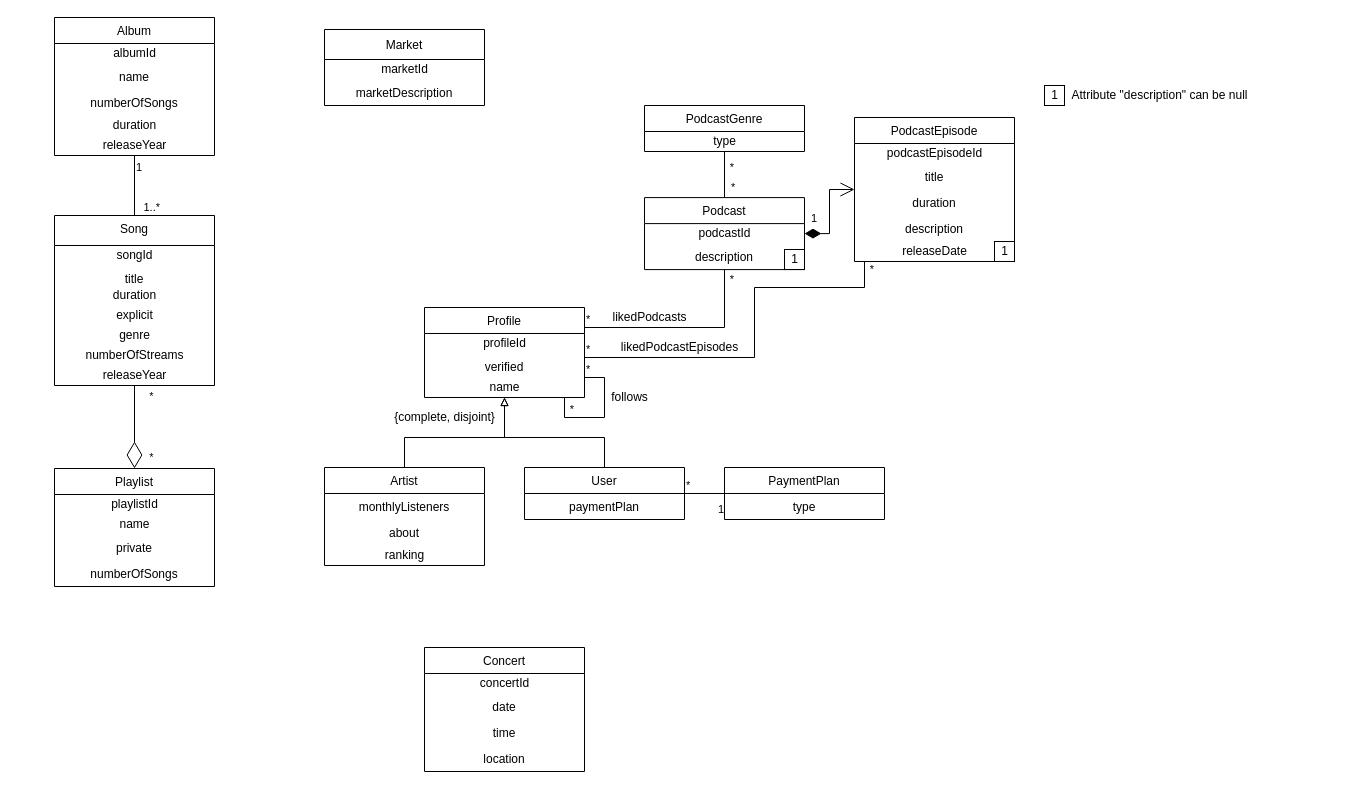
Naapperas/feup-bd keeps this draw.io diagram as page "Page-2" (2 of 2) of Spotify-class-diag.drawio. Above is the earlier version. Source tidied: cells renumbered, new cells numbered last; positions are measured from the earlier drawing's top-left corner, leaving out a move shared by most shapes. Both pictures are drawn from the tidied source at 100%, with x=0, y=0 at pixel (54, 17).
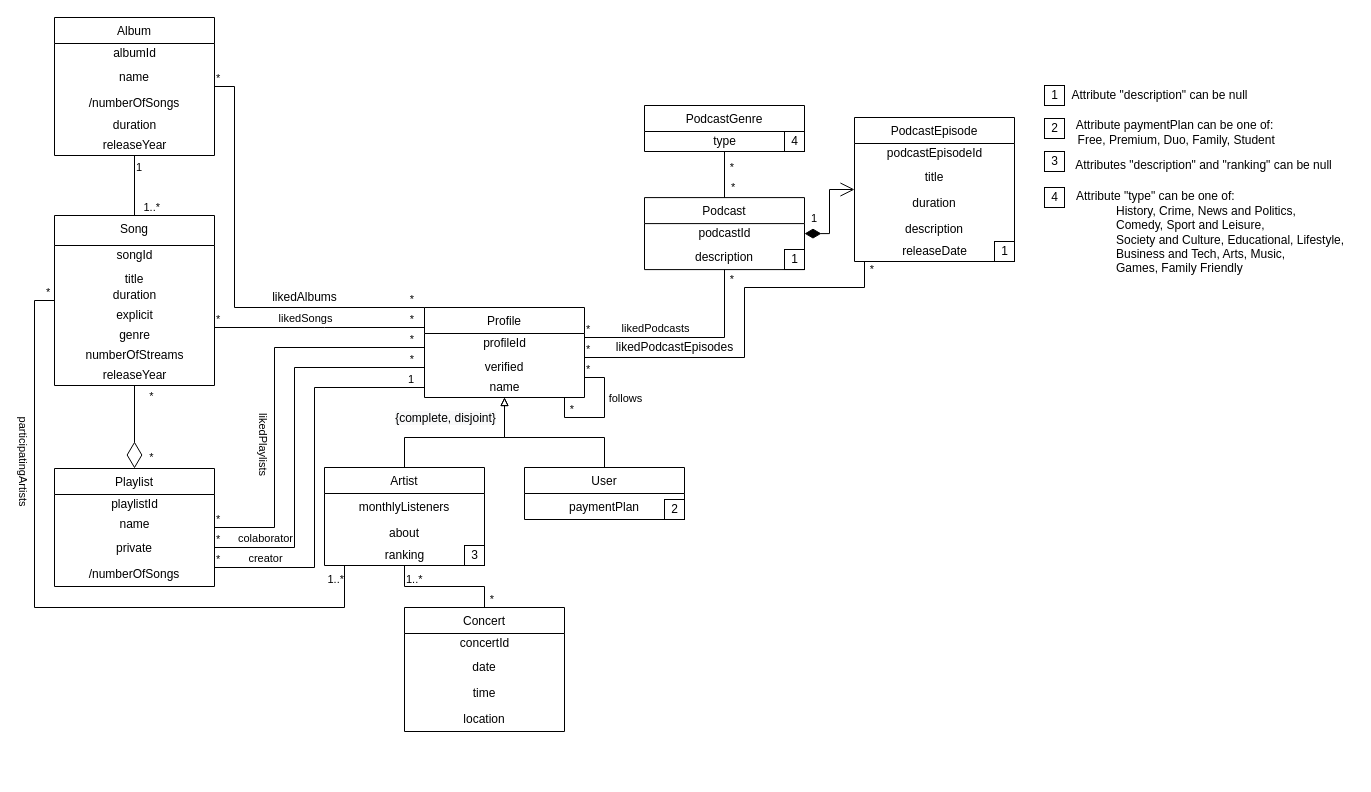
Above is the later version.

Commit message:
Added new UML graph

The change refers to these unchanged cells:
```xml
<mxCell id="2" value="Song" style="swimlane;fontStyle=0;align=center;verticalAlign=top;horizontal=1;startSize=30;rounded=0;shadow=0;strokeWidth=1;" parent="1" vertex="1">
  <mxGeometry y="198" width="160" height="170" as="geometry" />
</mxCell>
<mxCell id="13" value="Album" style="swimlane;fontStyle=0;horizontal=1;startSize=26;fillColor=none;align=center;" parent="1" vertex="1">
  <mxGeometry width="160" height="138" as="geometry" />
</mxCell>
<mxCell id="19" value="Profile" style="swimlane;fontStyle=0;horizontal=1;startSize=26;fillColor=none;align=center;" parent="1" vertex="1">
  <mxGeometry x="370" y="290" width="160" height="90" as="geometry" />
</mxCell>
<mxCell id="24" value="Artist" style="swimlane;fontStyle=0;horizontal=1;startSize=26;fillColor=none;align=center;" parent="1" vertex="1">
  <mxGeometry x="270" y="450" width="160" height="98" as="geometry" />
</mxCell>
<mxCell id="29" value="User" style="swimlane;fontStyle=0;horizontal=1;startSize=26;fillColor=none;align=center;" parent="1" vertex="1">
  <mxGeometry x="470" y="450" width="160" height="52" as="geometry" />
</mxCell>
<mxCell id="36" value="Playlist" style="swimlane;fontStyle=0;horizontal=1;startSize=26;fillColor=none;align=center;" parent="1" vertex="1">
  <mxGeometry y="451" width="160" height="118" as="geometry" />
</mxCell>
<mxCell id="41" value="Podcast" style="swimlane;fontStyle=0;horizontal=1;startSize=26;fillColor=none;align=center;" parent="1" vertex="1">
  <mxGeometry x="590" y="180.1" width="160" height="72" as="geometry" />
</mxCell>
<mxCell id="48" value="PodcastEpisode" style="swimlane;fontStyle=0;horizontal=1;startSize=26;fillColor=none;align=center;" parent="1" vertex="1">
  <mxGeometry x="800" y="100" width="160" height="144" as="geometry" />
</mxCell>
<mxCell id="80" style="endArrow=none;html=1;edgeStyle=orthogonalEdgeStyle;rounded=0;" parent="1" edge="1" source="19" target="19">
  <mxGeometry relative="1" as="geometry">
    <Array as="points">
      <mxPoint x="510" y="400" />
      <mxPoint x="550" y="400" />
      <mxPoint x="550" y="360" />
    </Array>
  </mxGeometry>
</mxCell>
```

What changed in the source:
```diff
@@
-    <mxCell id="10" value="Market" style="swimlane;fontStyle=0;horizontal=1;startSize=30;fillColor=none;align=center;" parent="1" vertex="1">
-      <mxGeometry x="270" y="12" width="160" height="76" as="geometry" />
-    </mxCell>
-    <mxCell id="11" value="marketId" style="text;html=1;align=center;verticalAlign=middle;strokeColor=none;fillColor=none;" parent="10" vertex="1">
-      <mxGeometry y="30" width="160" height="20" as="geometry" />
-    </mxCell>
-    <mxCell id="12" value="marketDescription" style="text;strokeColor=none;fillColor=none;align=center;verticalAlign=top;spacingLeft=4;spacingRight=4;overflow=hidden;" parent="10" vertex="1">
-      <mxGeometry y="50" width="160" height="26" as="geometry" />
-    </mxCell>
@@
-    <mxCell id="16" value="numberOfSongs" style="text;strokeColor=none;fillColor=none;align=center;verticalAlign=top;spacingLeft=4;spacingRight=4;overflow=hidden;" parent="13" vertex="1">
+    <mxCell id="16" value="/numberOfSongs" style="text;strokeColor=none;fillColor=none;align=center;verticalAlign=top;spacingLeft=4;spacingRight=4;overflow=hidden;" parent="13" vertex="1">
       <mxGeometry y="72" width="160" height="26" as="geometry" />
     </mxCell>
@@
-    <mxCell id="27" value="ranking&lt;br&gt;" style="text;html=1;align=center;verticalAlign=middle;strokeColor=none;fillColor=none;" parent="24" vertex="1">
+    <mxCell id="27" value="ranking" style="text;html=1;align=center;verticalAlign=middle;strokeColor=none;fillColor=none;" parent="24" vertex="1">
       <mxGeometry y="78" width="160" height="20" as="geometry" />
     </mxCell>
-    <mxCell id="28" style="edgeStyle=orthogonalEdgeStyle;rounded=0;jettySize=auto;html=1;endArrow=block;endFill=0;" parent="1" edge="1" source="29">
+    <mxCell id="28" style="edgeStyle=orthogonalEdgeStyle;rounded=0;jettySize=auto;html=1;endArrow=block;endFill=0;" parent="1" edge="1" source="29" target="19">
       <mxGeometry relative="1" as="geometry">
-        <mxPoint x="450" y="380" as="targetPoint" />
         <Array as="points">
           <mxPoint x="550" y="420" />
           <mxPoint x="450" y="420" />
         </Array>
       </mxGeometry>
     </mxCell>
+    <mxCell id="68" value="&lt;span style=&quot;font-size: 12px ; background-color: rgb(248 , 249 , 250)&quot;&gt;{complete, disjoint}&lt;/span&gt;" style="edgeLabel;html=1;align=center;verticalAlign=middle;" parent="28" vertex="1">
+      <mxGeometry relative="1" as="geometry">
+        <mxPoint x="-105" y="-20" as="offset" />
+      </mxGeometry>
+    </mxCell>
@@
     <mxCell id="31" value="Concert" style="swimlane;fontStyle=0;horizontal=1;startSize=26;fillColor=none;align=center;" parent="1" vertex="1">
-      <mxGeometry x="370" y="630" width="160" height="124" as="geometry" />
+      <mxGeometry x="350" y="590" width="160" height="124" as="geometry" />
     </mxCell>
@@
-    <mxCell id="40" value="numberOfSongs" style="text;strokeColor=none;fillColor=none;align=center;verticalAlign=top;spacingLeft=4;spacingRight=4;overflow=hidden;" parent="36" vertex="1">
+    <mxCell id="40" value="/numberOfSongs" style="text;strokeColor=none;fillColor=none;align=center;verticalAlign=top;spacingLeft=4;spacingRight=4;overflow=hidden;" parent="36" vertex="1">
       <mxGeometry y="92" width="160" height="26" as="geometry" />
     </mxCell>
@@
-    <mxCell id="46" value="PaymentPlan" style="swimlane;fontStyle=0;horizontal=1;startSize=26;fillColor=none;align=center;" parent="1" vertex="1">
-      <mxGeometry x="670" y="450" width="160" height="52" as="geometry" />
-    </mxCell>
-    <mxCell id="47" value="type" style="text;strokeColor=none;fillColor=none;align=center;verticalAlign=top;spacingLeft=4;spacingRight=4;overflow=hidden;" parent="46" vertex="1">
-      <mxGeometry y="26" width="160" height="26" as="geometry" />
-    </mxCell>
@@
-    <mxCell id="57" style="endArrow=none;html=1;edgeStyle=orthogonalEdgeStyle;rounded=0;" parent="1" edge="1" source="29" target="46">
-      <mxGeometry relative="1" as="geometry" />
-    </mxCell>
-    <mxCell id="58" value="*" style="edgeLabel;html=1;align=left;verticalAlign=bottom;" parent="57" vertex="1">
-      <mxGeometry relative="1" as="geometry">
-        <mxPoint x="-20" as="offset" />
-      </mxGeometry>
-    </mxCell>
-    <mxCell id="59" value="1" style="edgeLabel;html=1;align=right;verticalAlign=bottom;" parent="57" vertex="1">
-      <mxGeometry relative="1" as="geometry">
-        <mxPoint x="20" y="24" as="offset" />
-      </mxGeometry>
-    </mxCell>
     <mxCell id="60" style="endArrow=none;html=1;edgeStyle=orthogonalEdgeStyle;rounded=0;" parent="1" edge="1" source="19" target="41">
       <mxGeometry relative="1" as="geometry">
         <Array as="points">
-          <mxPoint x="670" y="310" />
+          <mxPoint x="670" y="320" />
         </Array>
       </mxGeometry>
     </mxCell>
@@
-    <mxCell id="63" value="likedPodcasts" style="text;html=1;align=center;verticalAlign=middle;strokeColor=none;fillColor=none;" parent="1" vertex="1">
-      <mxGeometry x="550" y="290" width="90" height="20" as="geometry" />
+    <mxCell id="63" value="likedPodcasts" style="edgeLabel;html=1;align=center;verticalAlign=middle;" parent="60" vertex="1">
+      <mxGeometry x="-0.75" y="-1" relative="1" as="geometry">
+        <mxPoint x="44" y="-11" as="offset" />
+      </mxGeometry>
     </mxCell>
     <mxCell id="64" style="endArrow=none;html=1;edgeStyle=orthogonalEdgeStyle;rounded=0;" parent="1" edge="1" source="19" target="48">
       <mxGeometry relative="1" as="geometry">
         <Array as="points">
-          <mxPoint x="700" y="340" />
-          <mxPoint x="700" y="270" />
+          <mxPoint x="690" y="340" />
+          <mxPoint x="690" y="270" />
           <mxPoint x="810" y="270" />
         </Array>
       </mxGeometry>
     </mxCell>
@@
     <mxCell id="67" value="likedPodcastEpisodes" style="text;html=1;align=center;verticalAlign=middle;strokeColor=none;fillColor=none;" parent="1" vertex="1">
-      <mxGeometry x="560" y="320" width="130" height="20" as="geometry" />
+      <mxGeometry x="555" y="320" width="130" height="20" as="geometry" />
     </mxCell>
-    <mxCell id="68" value="{complete, disjoint}" style="text;html=1;align=center;verticalAlign=middle;strokeColor=none;fillColor=none;" parent="1" vertex="1">
-      <mxGeometry x="330" y="390" width="120" height="20" as="geometry" />
-    </mxCell>
@@
-    <mxCell id="83" value="follows" style="text;html=1;align=center;verticalAlign=middle;strokeColor=none;fillColor=none;" parent="1" vertex="1">
-      <mxGeometry x="550" y="370" width="50" height="20" as="geometry" />
+    <mxCell id="83" value="follows" style="edgeLabel;html=1;align=center;verticalAlign=middle;" parent="80" vertex="1">
+      <mxGeometry x="0.1" relative="1" as="geometry">
+        <mxPoint x="20" y="-14" as="offset" />
+      </mxGeometry>
     </mxCell>
+    <mxCell id="84" style="endArrow=none;html=1;edgeStyle=orthogonalEdgeStyle;rounded=0;" parent="1" edge="1" source="24" target="31">
+      <mxGeometry relative="1" as="geometry" />
+    </mxCell>
+    <mxCell id="85" value="1..*" style="edgeLabel;html=1;align=left;verticalAlign=bottom;strokeColor=default;" parent="84" vertex="1">
+      <mxGeometry x="-1" relative="1" as="geometry">
+        <mxPoint y="22" as="offset" />
+      </mxGeometry>
+    </mxCell>
+    <mxCell id="86" value="*" style="edgeLabel;html=1;align=right;verticalAlign=bottom;strokeColor=default;" parent="84" vertex="1">
+      <mxGeometry x="1" relative="1" as="geometry">
+        <mxPoint x="10" as="offset" />
+      </mxGeometry>
+    </mxCell>
+    <mxCell id="87" style="endArrow=none;html=1;edgeStyle=orthogonalEdgeStyle;rounded=0;" parent="1" edge="1" source="36" target="19">
+      <mxGeometry relative="1" as="geometry">
+        <Array as="points">
+          <mxPoint x="260" y="550" />
+          <mxPoint x="260" y="370" />
+        </Array>
+      </mxGeometry>
+    </mxCell>
+    <mxCell id="88" value="*" style="edgeLabel;html=1;align=left;verticalAlign=bottom;strokeColor=default;" parent="87" vertex="1">
+      <mxGeometry x="-1" relative="1" as="geometry" />
+    </mxCell>
+    <mxCell id="59" value="1" style="edgeLabel;html=1;align=right;verticalAlign=bottom;strokeColor=default;" parent="87" vertex="1">
+      <mxGeometry x="1" relative="1" as="geometry">
+        <mxPoint x="-10" as="offset" />
+      </mxGeometry>
+    </mxCell>
+    <mxCell id="89" value="creator" style="edgeLabel;html=1;align=center;verticalAlign=middle;" parent="87" vertex="1">
+      <mxGeometry x="-0.81" relative="1" as="geometry">
+        <mxPoint x="13" y="-10" as="offset" />
+      </mxGeometry>
+    </mxCell>
+    <mxCell id="90" style="endArrow=none;html=1;edgeStyle=orthogonalEdgeStyle;rounded=0;" parent="1" edge="1" source="36" target="19">
+      <mxGeometry relative="1" as="geometry">
+        <Array as="points">
+          <mxPoint x="240" y="530" />
+          <mxPoint x="240" y="350" />
+        </Array>
+      </mxGeometry>
+    </mxCell>
+    <mxCell id="91" value="*" style="edgeLabel;html=1;align=left;verticalAlign=bottom;strokeColor=default;" parent="90" vertex="1">
+      <mxGeometry x="-1" relative="1" as="geometry" />
+    </mxCell>
+    <mxCell id="92" value="*" style="edgeLabel;html=1;align=right;verticalAlign=bottom;strokeColor=default;" parent="90" vertex="1">
+      <mxGeometry x="1" relative="1" as="geometry">
+        <mxPoint x="-10" as="offset" />
+      </mxGeometry>
+    </mxCell>
+    <mxCell id="93" value="colaborator" style="edgeLabel;html=1;align=center;verticalAlign=middle;" parent="90" vertex="1">
+      <mxGeometry x="-0.82" relative="1" as="geometry">
+        <mxPoint x="15" y="-10" as="offset" />
+      </mxGeometry>
+    </mxCell>
+    <mxCell id="94" style="endArrow=none;html=1;edgeStyle=orthogonalEdgeStyle;rounded=0;" parent="1" edge="1" source="36" target="19">
+      <mxGeometry relative="1" as="geometry">
+        <Array as="points">
+          <mxPoint x="220" y="510" />
+          <mxPoint x="220" y="330" />
+        </Array>
+      </mxGeometry>
+    </mxCell>
+    <mxCell id="95" value="*" style="edgeLabel;html=1;align=left;verticalAlign=bottom;strokeColor=default;" parent="94" vertex="1">
+      <mxGeometry x="-1" relative="1" as="geometry" />
+    </mxCell>
+    <mxCell id="96" value="*" style="edgeLabel;html=1;align=right;verticalAlign=bottom;strokeColor=default;" parent="94" vertex="1">
+      <mxGeometry x="1" relative="1" as="geometry">
+        <mxPoint x="-10" as="offset" />
+      </mxGeometry>
+    </mxCell>
+    <mxCell id="97" value="likedPlaylists" style="edgeLabel;html=1;align=center;verticalAlign=middle;rotation=90;" parent="94" vertex="1">
+      <mxGeometry x="-0.26" relative="1" as="geometry">
+        <mxPoint x="-10" as="offset" />
+      </mxGeometry>
+    </mxCell>
+    <mxCell id="98" style="endArrow=none;html=1;edgeStyle=orthogonalEdgeStyle;rounded=0;" parent="1" edge="1" source="2" target="19">
+      <mxGeometry relative="1" as="geometry">
+        <Array as="points">
+          <mxPoint x="270" y="310" />
+          <mxPoint x="270" y="310" />
+        </Array>
+      </mxGeometry>
+    </mxCell>
+    <mxCell id="99" value="*" style="edgeLabel;html=1;align=left;verticalAlign=bottom;strokeColor=default;" parent="98" vertex="1">
+      <mxGeometry x="-1" relative="1" as="geometry" />
+    </mxCell>
+    <mxCell id="100" value="*" style="edgeLabel;html=1;align=right;verticalAlign=bottom;strokeColor=default;" parent="98" vertex="1">
+      <mxGeometry x="1" relative="1" as="geometry">
+        <mxPoint x="-10" as="offset" />
+      </mxGeometry>
+    </mxCell>
+    <mxCell id="101" value="likedSongs" style="edgeLabel;html=1;align=center;verticalAlign=middle;" parent="98" vertex="1">
+      <mxGeometry x="-0.65" relative="1" as="geometry">
+        <mxPoint x="53" y="-10" as="offset" />
+      </mxGeometry>
+    </mxCell>
+    <mxCell id="102" style="endArrow=none;html=1;edgeStyle=orthogonalEdgeStyle;rounded=0;" parent="1" edge="1" source="13" target="19">
+      <mxGeometry relative="1" as="geometry">
+        <Array as="points">
+          <mxPoint x="180" y="69" />
+          <mxPoint x="180" y="290" />
+        </Array>
+      </mxGeometry>
+    </mxCell>
+    <mxCell id="103" value="*" style="edgeLabel;html=1;align=left;verticalAlign=bottom;strokeColor=default;" parent="102" vertex="1">
+      <mxGeometry x="-1" relative="1" as="geometry" />
+    </mxCell>
+    <mxCell id="104" value="*" style="edgeLabel;html=1;align=right;verticalAlign=bottom;strokeColor=default;" parent="102" vertex="1">
+      <mxGeometry x="1" relative="1" as="geometry">
+        <mxPoint x="-10" as="offset" />
+      </mxGeometry>
+    </mxCell>
+    <mxCell id="105" value="likedAlbums" style="text;html=1;align=center;verticalAlign=middle;strokeColor=none;fillColor=none;" parent="1" vertex="1">
+      <mxGeometry x="210" y="270" width="80" height="20" as="geometry" />
+    </mxCell>
+    <mxCell id="106" style="endArrow=none;html=1;edgeStyle=orthogonalEdgeStyle;rounded=0;" parent="1" edge="1" source="2" target="24">
+      <mxGeometry relative="1" as="geometry">
+        <Array as="points">
+          <mxPoint x="-20" y="283" />
+          <mxPoint x="-20" y="590" />
+          <mxPoint x="290" y="590" />
+        </Array>
+      </mxGeometry>
+    </mxCell>
+    <mxCell id="107" value="*" style="edgeLabel;html=1;align=left;verticalAlign=bottom;strokeColor=default;" parent="106" vertex="1">
+      <mxGeometry x="-1" relative="1" as="geometry">
+        <mxPoint x="-10" as="offset" />
+      </mxGeometry>
+    </mxCell>
+    <mxCell id="108" value="1..*" style="edgeLabel;html=1;align=right;verticalAlign=bottom;strokeColor=default;" parent="106" vertex="1">
+      <mxGeometry x="1" relative="1" as="geometry">
+        <mxPoint y="22" as="offset" />
+      </mxGeometry>
+    </mxCell>
+    <mxCell id="109" value="participatingArtists" style="edgeLabel;html=1;align=center;verticalAlign=middle;rotation=90;" parent="106" vertex="1">
+      <mxGeometry x="-0.47" y="-1" relative="1" as="geometry">
+        <mxPoint x="-9" as="offset" />
+      </mxGeometry>
+    </mxCell>
+    <mxCell id="110" value="Attribute paymentPlan can be one of: &lt;br&gt;&lt;span style=&quot;white-space: pre&quot;&gt; &lt;/span&gt;Free, Premium, Duo, Family, Student" style="text;html=1;align=center;verticalAlign=middle;strokeColor=none;fillColor=none;" parent="1" vertex="1">
+      <mxGeometry x="1000" y="100" width="240" height="30" as="geometry" />
+    </mxCell>
+    <mxCell id="111" value="2" style="text;html=1;align=center;verticalAlign=middle;strokeColor=default;fillColor=none;" parent="1" vertex="1">
+      <mxGeometry x="610" y="482" width="20" height="20" as="geometry" />
+    </mxCell>
+    <mxCell id="112" value="2" style="text;html=1;align=center;verticalAlign=middle;strokeColor=default;fillColor=none;" parent="1" vertex="1">
+      <mxGeometry x="990" y="101" width="20" height="20" as="geometry" />
+    </mxCell>
+    <mxCell id="113" value="3" style="text;html=1;align=center;verticalAlign=middle;strokeColor=default;fillColor=none;" parent="1" vertex="1">
+      <mxGeometry x="990" y="134" width="20" height="20" as="geometry" />
+    </mxCell>
+    <mxCell id="114" value="3" style="text;html=1;align=center;verticalAlign=middle;strokeColor=default;fillColor=none;" parent="1" vertex="1">
+      <mxGeometry x="410" y="528" width="20" height="20" as="geometry" />
+    </mxCell>
+    <mxCell id="115" value="Attributes &quot;description&quot; and &quot;ranking&quot; can be null" style="text;html=1;align=center;verticalAlign=middle;strokeColor=none;fillColor=none;" parent="1" vertex="1">
+      <mxGeometry x="1014" y="138" width="270" height="20" as="geometry" />
+    </mxCell>
+    <mxCell id="116" value="4" style="text;html=1;align=center;verticalAlign=middle;strokeColor=default;fillColor=none;" parent="1" vertex="1">
+      <mxGeometry x="990" y="170" width="20" height="20" as="geometry" />
+    </mxCell>
+    <mxCell id="117" value="4" style="text;html=1;align=center;verticalAlign=middle;strokeColor=default;fillColor=none;" parent="1" vertex="1">
+      <mxGeometry x="730" y="114" width="20" height="20" as="geometry" />
+    </mxCell>
+    <mxCell id="118" value="Attribute &quot;type&quot; can be one of:&lt;br&gt;&lt;blockquote style=&quot;margin: 0 0 0 40px ; border: none ; padding: 0px&quot;&gt;History, Crime, News and Politics,&lt;br&gt;Comedy, Sport and Leisure,&lt;br&gt; Society and Culture, Educational, Lifestyle,&lt;br&gt; Business and Tech, Arts, Music,&lt;/blockquote&gt;&lt;blockquote style=&quot;margin: 0 0 0 40px ; border: none ; padding: 0px&quot;&gt;Games, Family Friendly&lt;/blockquote&gt;" style="text;html=1;align=left;verticalAlign=middle;strokeColor=none;fillColor=none;" parent="1" vertex="1">
+      <mxGeometry x="1020" y="170" width="280" height="90" as="geometry" />
+    </mxCell>
```
